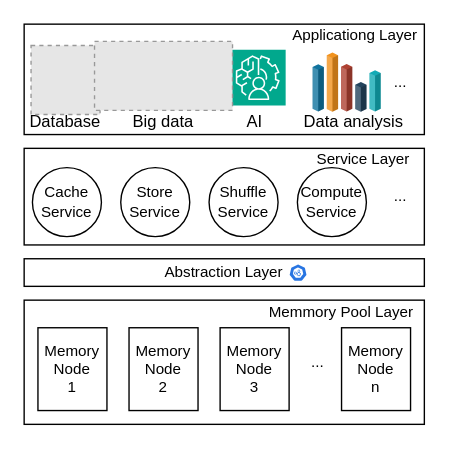
Earlier version of the draw.io diagram 3m_paper/overall.drawio (linqinluli/picture_draw). Source tidied: cells renumbered, new cells numbered last; positions are measured from the earlier drawing's top-left corner, leaving out a move shared by most shapes. Both pictures are drawn from the tidied source at 138%, with x=0, y=0 at pixel (23, 23). Pictures stored in the file or linked from it are replaced by grey dashed boxes.
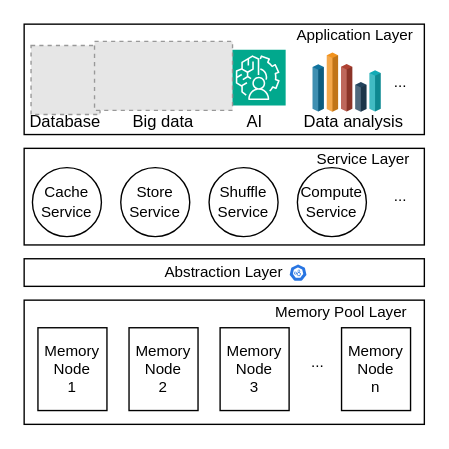
Above is the later version.

What changed in the source:
```diff
@@
-    <mxCell id="6" value="Memmory Pool Layer" style="text;html=1;align=center;verticalAlign=middle;whiteSpace=wrap;rounded=0;fontSize=11;" parent="1" vertex="1">
+    <mxCell id="6" value="Memory Pool Layer" style="text;html=1;align=center;verticalAlign=middle;whiteSpace=wrap;rounded=0;fontSize=11;" parent="1" vertex="1">
       <mxGeometry x="170" y="204" width="120" height="10" as="geometry" />
     </mxCell>
@@
-    <mxCell id="19" value="Applicationg Layer" style="text;html=1;align=center;verticalAlign=middle;whiteSpace=wrap;rounded=0;fontSize=11;" parent="1" vertex="1">
+    <mxCell id="19" value="Application Layer" style="text;html=1;align=center;verticalAlign=middle;whiteSpace=wrap;rounded=0;fontSize=11;" parent="1" vertex="1">
       <mxGeometry x="189.5" y="2.5" width="100" height="10" as="geometry" />
     </mxCell>
```
